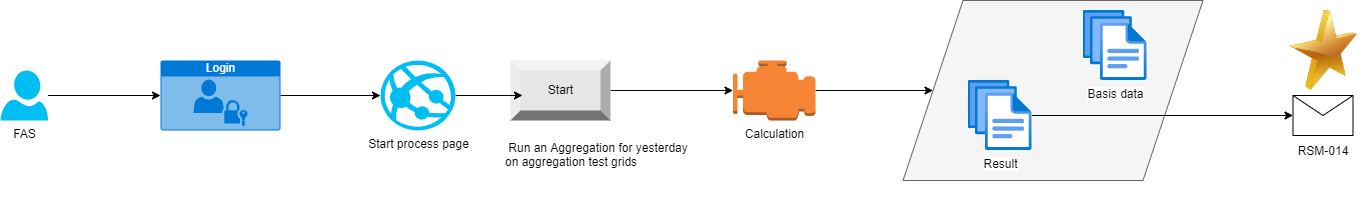
The draw.io diagram docs/RSM-014-roadmap.drawio.png in Energinet-DataHub/ARCHIVED-geh-aggregations, before a commit. Source tidied: cells renumbered, new cells last; positions are measured from the earlier drawing's top-left corner, leaving out a move shared by most shapes.
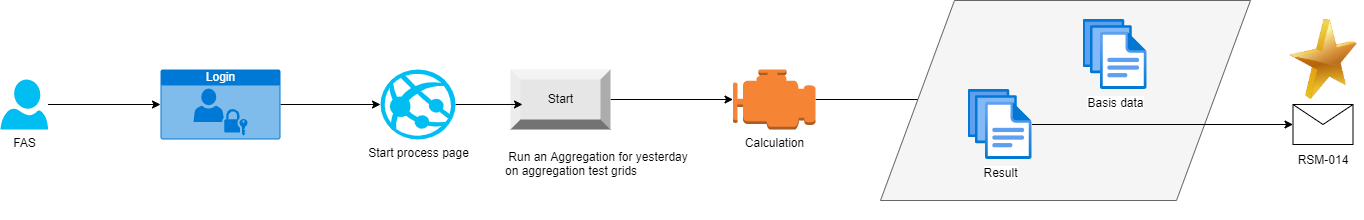
After the commit.

What changed in the source:
```diff
@@ -11,8 +11,10 @@
     <mxCell id="4" value="&lt;h1&gt;&lt;br&gt;&lt;/h1&gt;&lt;p&gt;&amp;nbsp;Run an Aggregation for yesterday on aggregation test grids&lt;/p&gt;" style="text;html=1;strokeColor=none;fillColor=none;spacing=5;spacingTop=-20;whiteSpace=wrap;overflow=hidden;rounded=0;" parent="1" vertex="1">
       <mxGeometry x="500" y="90" width="200" height="120" as="geometry" />
     </mxCell>
-    <mxCell id="5" style="edgeStyle=orthogonalEdgeStyle;rounded=0;jettySize=auto;html=1;exitX=1;exitY=0.5;exitDx=0;exitDy=0;exitPerimeter=0;entryX=0;entryY=0.5;entryDx=0;entryDy=0;" parent="1" edge="1" source="6" target="8">
-      <mxGeometry relative="1" as="geometry" />
+    <mxCell id="5" style="edgeStyle=orthogonalEdgeStyle;rounded=0;jettySize=auto;html=1;exitX=1;exitY=0.5;exitDx=0;exitDy=0;exitPerimeter=0;" parent="1" edge="1" source="6">
+      <mxGeometry relative="1" as="geometry">
+        <mxPoint x="930" y="90" as="targetPoint" />
+      </mxGeometry>
     </mxCell>
     <mxCell id="6" value="Calculation" style="outlineConnect=0;dashed=0;verticalLabelPosition=bottom;verticalAlign=top;align=center;html=1;shape=mxgraph.aws3.emr_engine;fillColor=#F58534;gradientColor=none;" parent="1" vertex="1">
       <mxGeometry x="732.5" y="60" width="82.5" height="60" as="geometry" />
@@ -21,7 +23,7 @@
       <mxGeometry x="1292.5" y="95" width="60" height="40" as="geometry" />
     </mxCell>
     <mxCell id="8" style="shape=parallelogram;perimeter=parallelogramPerimeter;whiteSpace=wrap;html=1;dashed=0;sketch=0;fillColor=#f5f5f5;fontColor=#333333;strokeColor=#666666;" parent="1" vertex="1">
-      <mxGeometry x="902.5" width="300" height="180" as="geometry" />
+      <mxGeometry x="880" y="-9" width="370" height="200" as="geometry" />
     </mxCell>
     <mxCell id="9" style="edgeStyle=orthogonalEdgeStyle;rounded=0;jettySize=auto;html=1;entryX=0;entryY=0.5;entryDx=0;entryDy=0;" parent="1" edge="1" source="10" target="7">
       <mxGeometry relative="1" as="geometry" />
```
